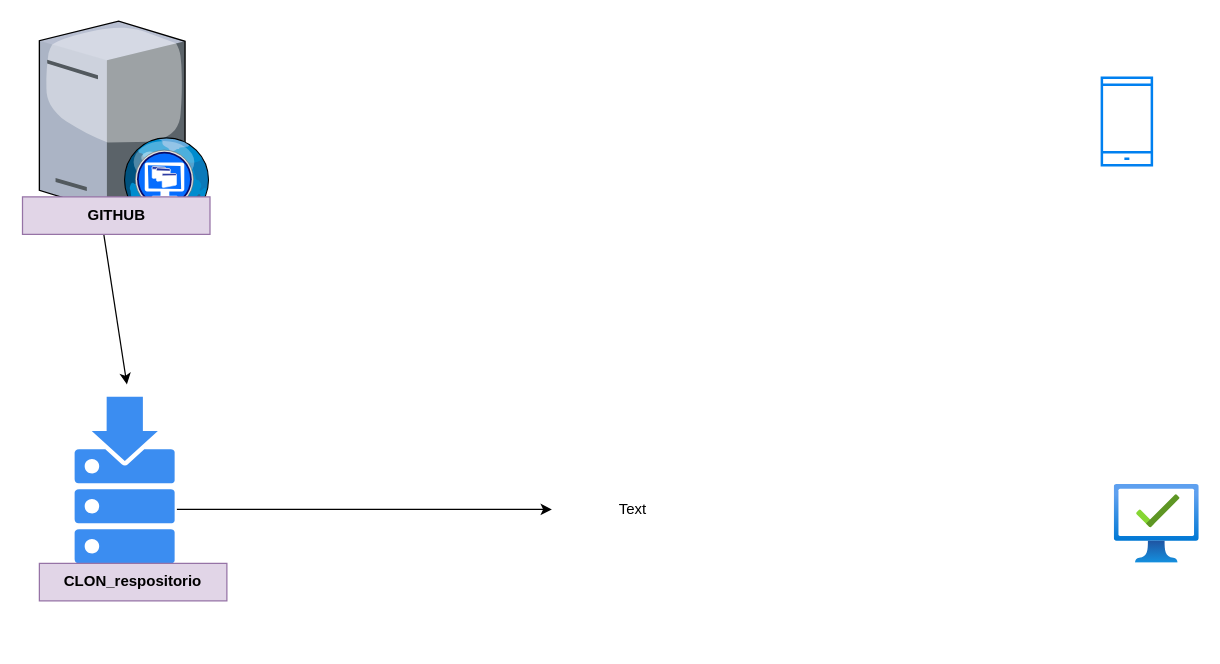
Above: Diagrama sin título.drawio in arturito745/Apuntes_Scripting (draw.io), before the change. Source tidied: cells renumbered, new cells numbered last; positions are measured from the earlier drawing's top-left corner, leaving out a move shared by most shapes. Both pictures are drawn from the tidied source at 125%, with x=0, y=0 at pixel (21, 20).
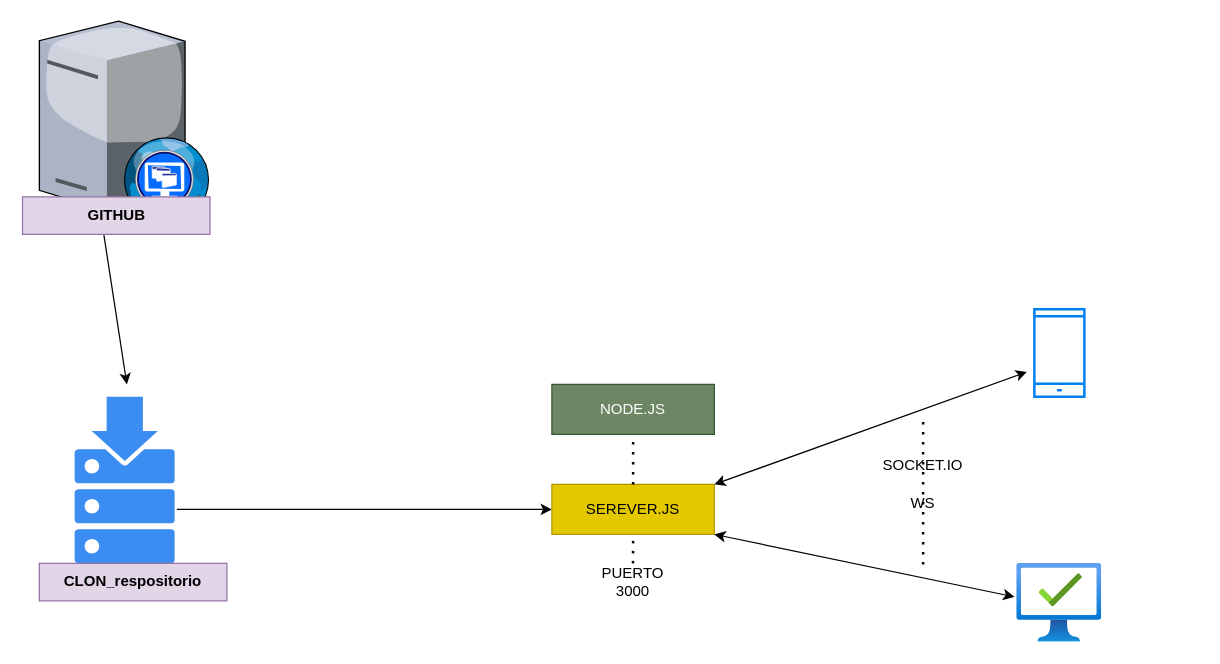
Above is the later version.

Change to the diagram source:
```diff
@@
     <mxCell id="3" style="html=1;verticalLabelPosition=bottom;align=center;labelBackgroundColor=#ffffff;verticalAlign=top;strokeWidth=2;strokeColor=#0080F0;shadow=0;dashed=0;shape=mxgraph.ios7.icons.smartphone;" parent="1" vertex="1">
-      <mxGeometry x="864" y="45.7" width="40" height="70" as="geometry" />
+      <mxGeometry x="810" y="230.9" width="40" height="70" as="geometry" />
     </mxCell>
     <mxCell id="4" style="image;html=1;align=center;fontSize=12;image=img/lib/azure2/management_governance/Managed_Desktop.svg;" parent="1" vertex="1">
-      <mxGeometry x="874" y="371" width="68" height="63.2" as="geometry" />
+      <mxGeometry x="796" y="434.2" width="68" height="63.2" as="geometry" />
     </mxCell>
@@
-    <mxCell id="10" value="Text" style="text;html=1;align=center;verticalAlign=middle;whiteSpace=wrap;rounded=0;" parent="1" vertex="1">
+    <mxCell id="10" value="SEREVER.JS" style="text;html=1;align=center;verticalAlign=middle;whiteSpace=wrap;rounded=0;fillColor=#e3c800;fontColor=#000000;strokeColor=#B09500;" parent="1" vertex="1">
       <mxGeometry x="424" y="371" width="130" height="40" as="geometry" />
     </mxCell>
+    <mxCell id="11" value="NODE.JS" style="text;html=1;align=center;verticalAlign=middle;whiteSpace=wrap;rounded=0;fillColor=#6d8764;fontColor=#ffffff;strokeColor=#3A5431;" parent="1" vertex="1">
+      <mxGeometry x="424" y="291" width="130" height="40" as="geometry" />
+    </mxCell>
+    <mxCell id="12" style="endArrow=none;dashed=1;html=1;dashPattern=1 3;strokeWidth=2;rounded=0;entryX=0.5;entryY=1;entryDx=0;entryDy=0;exitX=0.5;exitY=0;exitDx=0;exitDy=0;" parent="1" edge="1" source="10" target="11">
+      <mxGeometry relative="1" as="geometry" />
+    </mxCell>
+    <mxCell id="13" value="PUERTO 3000" style="text;html=1;align=center;verticalAlign=middle;whiteSpace=wrap;rounded=0;" parent="1" vertex="1">
+      <mxGeometry x="459" y="434.2" width="60" height="30" as="geometry" />
+    </mxCell>
+    <mxCell id="14" style="endArrow=none;dashed=1;html=1;dashPattern=1 3;strokeWidth=2;rounded=0;entryX=0.5;entryY=1;entryDx=0;entryDy=0;exitX=0.5;exitY=0;exitDx=0;exitDy=0;" parent="1" edge="1" target="10">
+      <mxGeometry relative="1" as="geometry">
+        <mxPoint x="488.9" y="434.2" as="sourcePoint" />
+      </mxGeometry>
+    </mxCell>
+    <mxCell id="15" style="endArrow=classic;startArrow=classic;html=1;rounded=0;exitX=1;exitY=0;exitDx=0;exitDy=0;" parent="1" edge="1" source="10">
+      <mxGeometry relative="1" as="geometry">
+        <mxPoint x="804" y="281" as="targetPoint" />
+      </mxGeometry>
+    </mxCell>
+    <mxCell id="16" style="endArrow=classic;startArrow=classic;html=1;rounded=0;exitX=1;exitY=1;exitDx=0;exitDy=0;" parent="1" edge="1" source="10">
+      <mxGeometry relative="1" as="geometry">
+        <mxPoint x="794" y="461" as="targetPoint" />
+      </mxGeometry>
+    </mxCell>
+    <mxCell id="17" value="WS" style="text;html=1;align=center;verticalAlign=middle;whiteSpace=wrap;rounded=0;" parent="1" vertex="1">
+      <mxGeometry x="691" y="371" width="60" height="30" as="geometry" />
+    </mxCell>
+    <mxCell id="18" value="SOCKET.IO" style="text;html=1;align=center;verticalAlign=middle;whiteSpace=wrap;rounded=0;" parent="1" vertex="1">
+      <mxGeometry x="691" y="341" width="60" height="30" as="geometry" />
+    </mxCell>
+    <mxCell id="19" style="endArrow=none;dashed=1;html=1;dashPattern=1 3;strokeWidth=2;rounded=0;" parent="1" edge="1">
+      <mxGeometry relative="1" as="geometry">
+        <mxPoint x="721" y="321" as="sourcePoint" />
+        <mxPoint x="721" y="441" as="targetPoint" />
+      </mxGeometry>
+    </mxCell>
```
